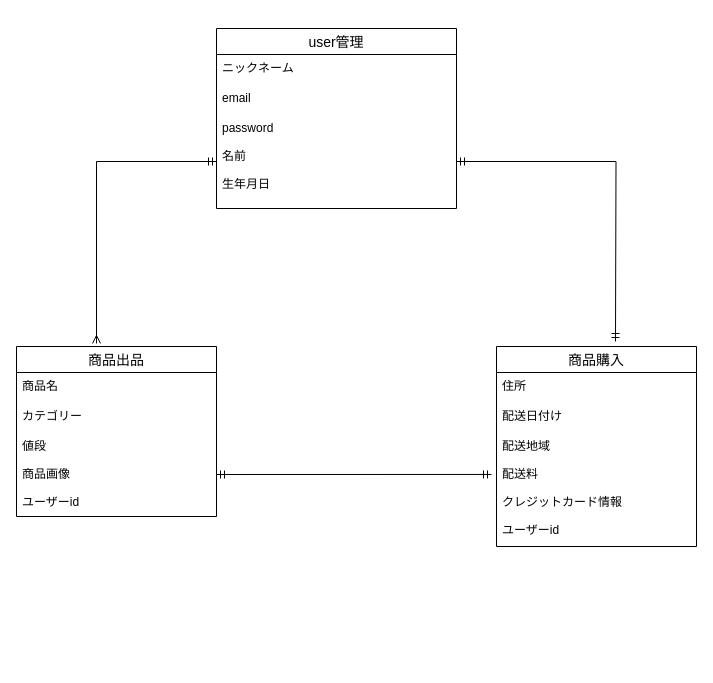
Earlier version of the draw.io diagram app/views/items/er.dio (nakaya-0129/furima-30314). Source tidied: cells renumbered, new cells numbered last; positions are measured from the earlier drawing's top-left corner, leaving out a move shared by most shapes. Both pictures are drawn from the tidied source at 100%, with x=0, y=0 at pixel (16, 28).
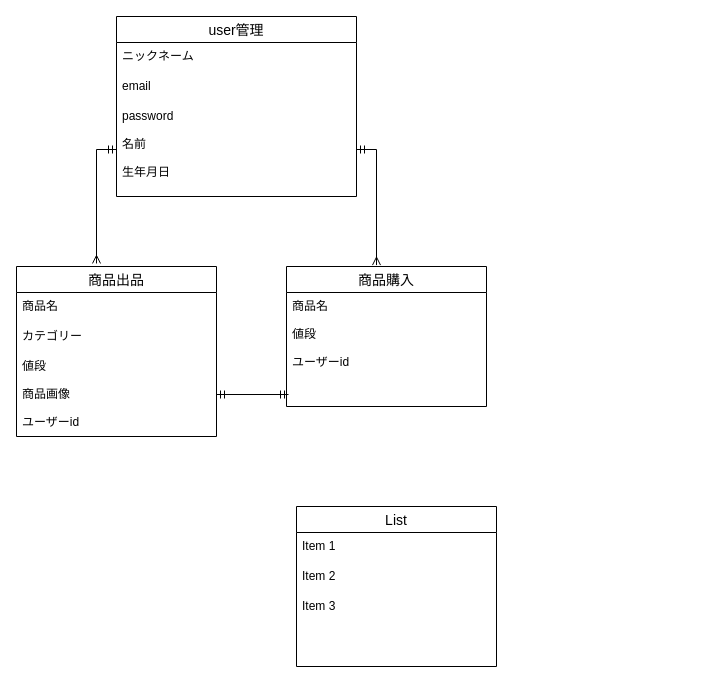
Above is the later version.

Unchanged cells that the change refers to:
```xml
<mxCell id="6" value="password&#10;&#10;名前&#10;&#10;生年月日" style="text;strokeColor=none;fillColor=none;spacingLeft=4;spacingRight=4;overflow=hidden;points=[[0,0.5],[1,0.5]];portConstraint=eastwest;fontSize=12;" parent="3" vertex="1">
  <mxGeometry y="86" width="240" height="94" as="geometry" />
</mxCell>
<mxCell id="10" value="値段&#10;&#10;商品画像&#10;&#10;ユーザーid&#10;&#10;" style="text;strokeColor=none;fillColor=none;spacingLeft=4;spacingRight=4;overflow=hidden;points=[[0,0.5],[1,0.5]];portConstraint=eastwest;fontSize=12;" parent="7" vertex="1">
  <mxGeometry y="86" width="200" height="84" as="geometry" />
</mxCell>
```

Diff of the diagram source:
```diff
@@
+    <mxCell id="15" style="edgeStyle=orthogonalEdgeStyle;rounded=0;jettySize=auto;html=1;exitX=0;exitY=0.5;exitDx=0;exitDy=0;entryX=0.4;entryY=-0.018;entryDx=0;entryDy=0;entryPerimeter=0;endArrow=ERmany;endFill=0;startArrow=ERmandOne;startFill=0;" parent="1" edge="1" source="6" target="7">
+      <mxGeometry relative="1" as="geometry" />
+    </mxCell>
     <mxCell id="3" value="user管理" style="swimlane;fontStyle=0;horizontal=1;startSize=26;align=center;fontSize=14;" parent="1" vertex="1">
-      <mxGeometry x="200" width="240" height="180" as="geometry" />
+      <mxGeometry x="100" y="-12" width="240" height="180" as="geometry" />
     </mxCell>
@@
     <mxCell id="7" value="商品出品" style="swimlane;fontStyle=0;horizontal=1;startSize=26;align=center;fontSize=14;" parent="1" vertex="1">
-      <mxGeometry y="318" width="200" height="170" as="geometry" />
+      <mxGeometry y="238" width="200" height="170" as="geometry" />
     </mxCell>
@@
     <mxCell id="11" value="商品購入" style="swimlane;fontStyle=0;horizontal=1;startSize=26;align=center;fontSize=14;" parent="1" vertex="1">
-      <mxGeometry x="480" y="318" width="200" height="200" as="geometry" />
+      <mxGeometry x="270" y="238" width="200" height="140" as="geometry" />
     </mxCell>
-    <mxCell id="12" value="住所" style="text;strokeColor=none;fillColor=none;spacingLeft=4;spacingRight=4;overflow=hidden;fontSize=12;" parent="11" vertex="1">
-      <mxGeometry y="26" width="200" height="30" as="geometry" />
-    </mxCell>
-    <mxCell id="13" value="配送日付け" style="text;strokeColor=none;fillColor=none;spacingLeft=4;spacingRight=4;overflow=hidden;fontSize=12;" parent="11" vertex="1">
-      <mxGeometry y="56" width="200" height="30" as="geometry" />
-    </mxCell>
-    <mxCell id="14" value="配送地域&#10;&#10;配送料&#10;&#10;クレジットカード情報&#10;&#10;ユーザーid" style="text;strokeColor=none;fillColor=none;spacingLeft=4;spacingRight=4;overflow=hidden;points=[[0,0.5],[1,0.5]];portConstraint=eastwest;fontSize=12;" parent="11" vertex="1">
-      <mxGeometry y="86" width="200" height="114" as="geometry" />
+    <mxCell id="14" value="商品名&#10;&#10;値段&#10;&#10;ユーザーid" style="text;strokeColor=none;fillColor=none;spacingLeft=4;spacingRight=4;overflow=hidden;points=[[0,0.5],[1,0.5]];portConstraint=eastwest;fontSize=12;" parent="11" vertex="1">
+      <mxGeometry y="26" width="200" height="114" as="geometry" />
     </mxCell>
-    <mxCell id="15" style="edgeStyle=orthogonalEdgeStyle;rounded=0;jettySize=auto;html=1;exitX=0;exitY=0.5;exitDx=0;exitDy=0;entryX=0.4;entryY=-0.018;entryDx=0;entryDy=0;entryPerimeter=0;endArrow=ERmany;endFill=0;startArrow=ERmandOne;startFill=0;" parent="1" edge="1" source="6" target="7">
-      <mxGeometry relative="1" as="geometry" />
-    </mxCell>
-    <mxCell id="16" style="edgeStyle=orthogonalEdgeStyle;rounded=0;jettySize=auto;html=1;exitX=1;exitY=0.5;exitDx=0;exitDy=0;startArrow=ERmandOne;startFill=0;endArrow=ERmandOne;endFill=0;" parent="1" edge="1" source="6">
-      <mxGeometry relative="1" as="geometry">
-        <mxPoint x="599" y="313" as="targetPoint" />
-      </mxGeometry>
-    </mxCell>
+    <mxCell id="18" style="edgeStyle=orthogonalEdgeStyle;rounded=0;jettySize=auto;html=1;exitX=1;exitY=0.5;exitDx=0;exitDy=0;entryX=0.45;entryY=-0.01;entryDx=0;entryDy=0;entryPerimeter=0;startArrow=ERmandOne;startFill=0;endArrow=ERmany;endFill=0;" parent="1" edge="1" source="6" target="11">
+      <mxGeometry relative="1" as="geometry" />
+    </mxCell>
+    <mxCell id="19" value="List" style="swimlane;fontStyle=0;horizontal=1;startSize=26;align=center;fontSize=14;" parent="1" vertex="1">
+      <mxGeometry x="280" y="478" width="200" height="160" as="geometry" />
+    </mxCell>
+    <mxCell id="20" value="Item 1" style="text;strokeColor=none;fillColor=none;spacingLeft=4;spacingRight=4;overflow=hidden;fontSize=12;" parent="19" vertex="1">
+      <mxGeometry y="26" width="200" height="30" as="geometry" />
+    </mxCell>
+    <mxCell id="21" value="Item 2" style="text;strokeColor=none;fillColor=none;spacingLeft=4;spacingRight=4;overflow=hidden;fontSize=12;" parent="19" vertex="1">
+      <mxGeometry y="56" width="200" height="30" as="geometry" />
+    </mxCell>
+    <mxCell id="22" value="Item 3" style="text;strokeColor=none;fillColor=none;spacingLeft=4;spacingRight=4;overflow=hidden;fontSize=12;" parent="19" vertex="1">
+      <mxGeometry y="86" width="200" height="74" as="geometry" />
+    </mxCell>
-    <mxCell id="17" style="edgeStyle=orthogonalEdgeStyle;rounded=0;jettySize=auto;html=1;exitX=1;exitY=0.5;exitDx=0;exitDy=0;entryX=-0.025;entryY=0.368;entryDx=0;entryDy=0;entryPerimeter=0;startArrow=ERmandOne;startFill=0;endArrow=ERmandOne;endFill=0;" parent="1" edge="1" source="10" target="14">
+    <mxCell id="17" style="edgeStyle=orthogonalEdgeStyle;rounded=0;jettySize=auto;html=1;exitX=1;exitY=0.5;exitDx=0;exitDy=0;entryX=0.01;entryY=0.895;entryDx=0;entryDy=0;entryPerimeter=0;startArrow=ERmandOne;startFill=0;endArrow=ERmandOne;endFill=0;" parent="1" edge="1" source="10" target="14">
       <mxGeometry relative="1" as="geometry" />
     </mxCell>
```
